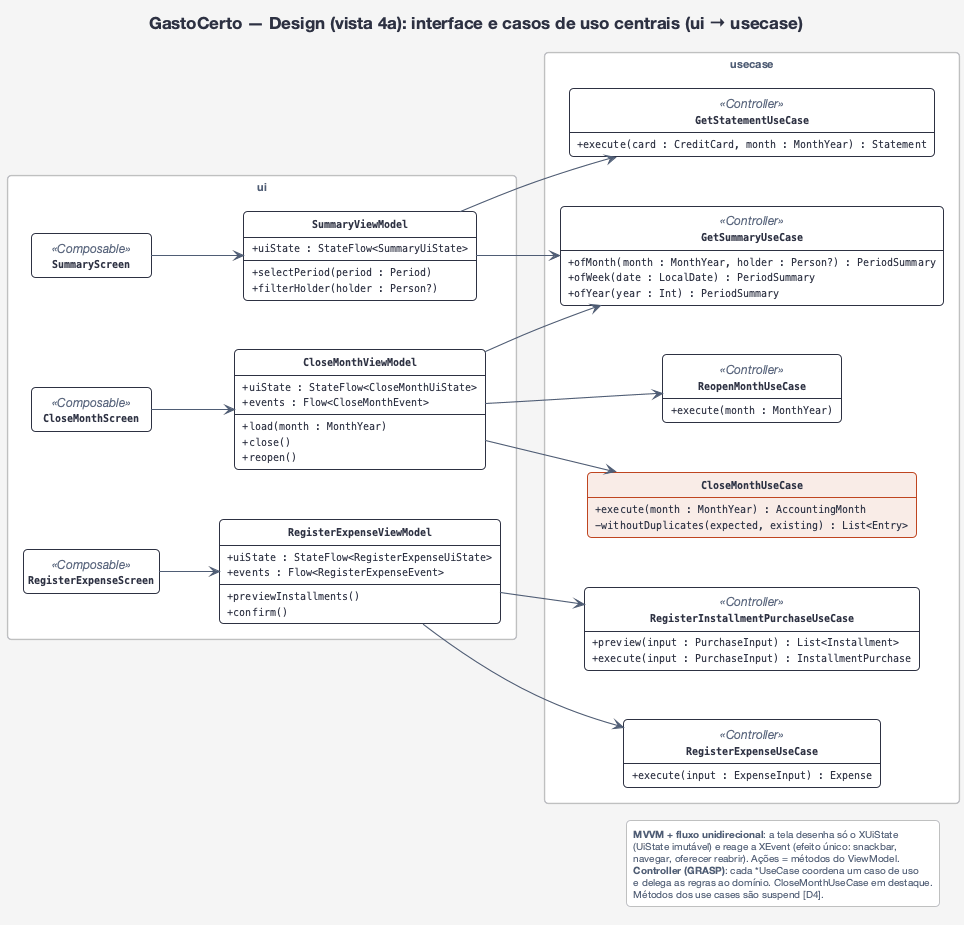
Above: docs/uml/design-4a-casos-de-uso-centrais.png in gabrielfbarbosa/gasto-certo (PlantUML), before the change. The source it was exported from:
```plantuml
@startuml design-4a-casos-de-uso-centrais
!include estilo.iuml
hide circle
hide empty members
hide <<ref>> members
hide <<ref>> stereotype
hide <<foco>> stereotype
title GastoCerto — Design (vista 4a): interface e casos de uso centrais (ui → usecase)
left to right direction

package "ui" {
  class RegisterExpenseScreen <<Composable>>
  class CloseMonthScreen <<Composable>>
  class SummaryScreen <<Composable>>
  class RegisterExpenseViewModel {
    + uiState : StateFlow<RegisterExpenseUiState>
    + events : Flow<RegisterExpenseEvent>
    + previewInstallments()
    + confirm()
  }
  class CloseMonthViewModel {
    + uiState : StateFlow<CloseMonthUiState>
    + events : Flow<CloseMonthEvent>
    + load(month : MonthYear)
    + close()
    + reopen()
  }
  class SummaryViewModel {
    + uiState : StateFlow<SummaryUiState>
    + selectPeriod(period : Period)
    + filterHolder(holder : Person?)
  }
}
package "usecase" {
  class RegisterExpenseUseCase <<Controller>> {
    + execute(input : ExpenseInput) : Expense
  }
  class RegisterInstallmentPurchaseUseCase <<Controller>> {
    + preview(input : PurchaseInput) : List<Installment>
    + execute(input : PurchaseInput) : InstallmentPurchase
  }
  class CloseMonthUseCase <<foco>> {
    + execute(month : MonthYear) : AccountingMonth
    - withoutDuplicates(expected, existing) : List<Entry>
  }
  class ReopenMonthUseCase <<Controller>> {
    + execute(month : MonthYear)
  }
  class GetSummaryUseCase <<Controller>> {
    + ofMonth(month : MonthYear, holder : Person?) : PeriodSummary
    + ofWeek(date : LocalDate) : PeriodSummary
    + ofYear(year : Int) : PeriodSummary
  }
  class GetStatementUseCase <<Controller>> {
    + execute(card : CreditCard, month : MonthYear) : Statement
  }
}

RegisterExpenseScreen --> RegisterExpenseViewModel
CloseMonthScreen --> CloseMonthViewModel
SummaryScreen --> SummaryViewModel
RegisterExpenseViewModel --> RegisterExpenseUseCase
RegisterExpenseViewModel --> RegisterInstallmentPurchaseUseCase
CloseMonthViewModel --> GetSummaryUseCase
CloseMonthViewModel --> CloseMonthUseCase
CloseMonthViewModel --> ReopenMonthUseCase
SummaryViewModel --> GetSummaryUseCase
SummaryViewModel --> GetStatementUseCase

legend right
  <b>MVVM + fluxo unidirecional</b>: a tela desenha só o XUiState
  (UiState imutável) e reage a XEvent (efeito único: snackbar,
  navegar, oferecer reabrir). Ações = métodos do ViewModel.
  <b>Controller (GRASP)</b>: cada *UseCase coordena um caso de uso
  e delega as regras ao domínio. CloseMonthUseCase em destaque.
  Métodos dos use cases são suspend [D4].
endlegend
@enduml
```
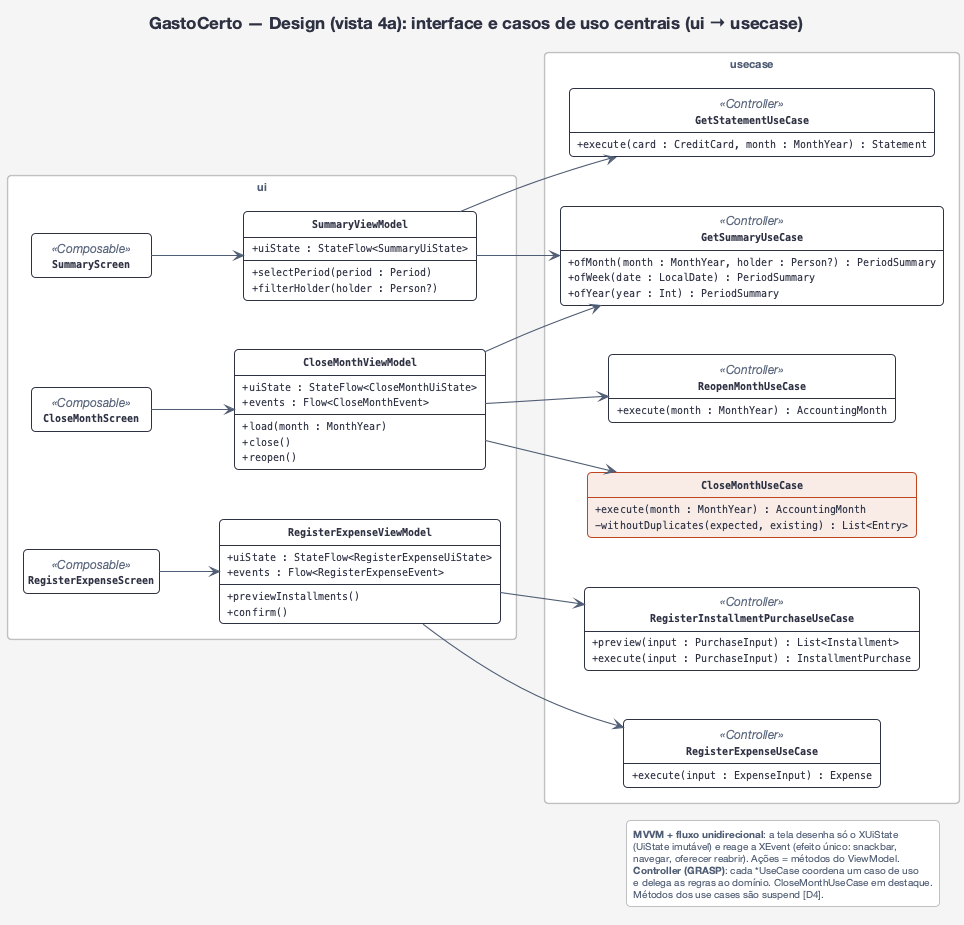
Later version of the same file.

Commit message:
feat(usecase): fechar e reabrir o mês (UC03), resumo do período (UC04) e fatura (UC05)

Diff of the diagram source:
```diff
@@ -44,7 +44,7 @@
     - withoutDuplicates(expected, existing) : List<Entry>
   }
   class ReopenMonthUseCase <<Controller>> {
-    + execute(month : MonthYear)
+    + execute(month : MonthYear) : AccountingMonth
   }
   class GetSummaryUseCase <<Controller>> {
     + ofMonth(month : MonthYear, holder : Person?) : PeriodSummary
```
